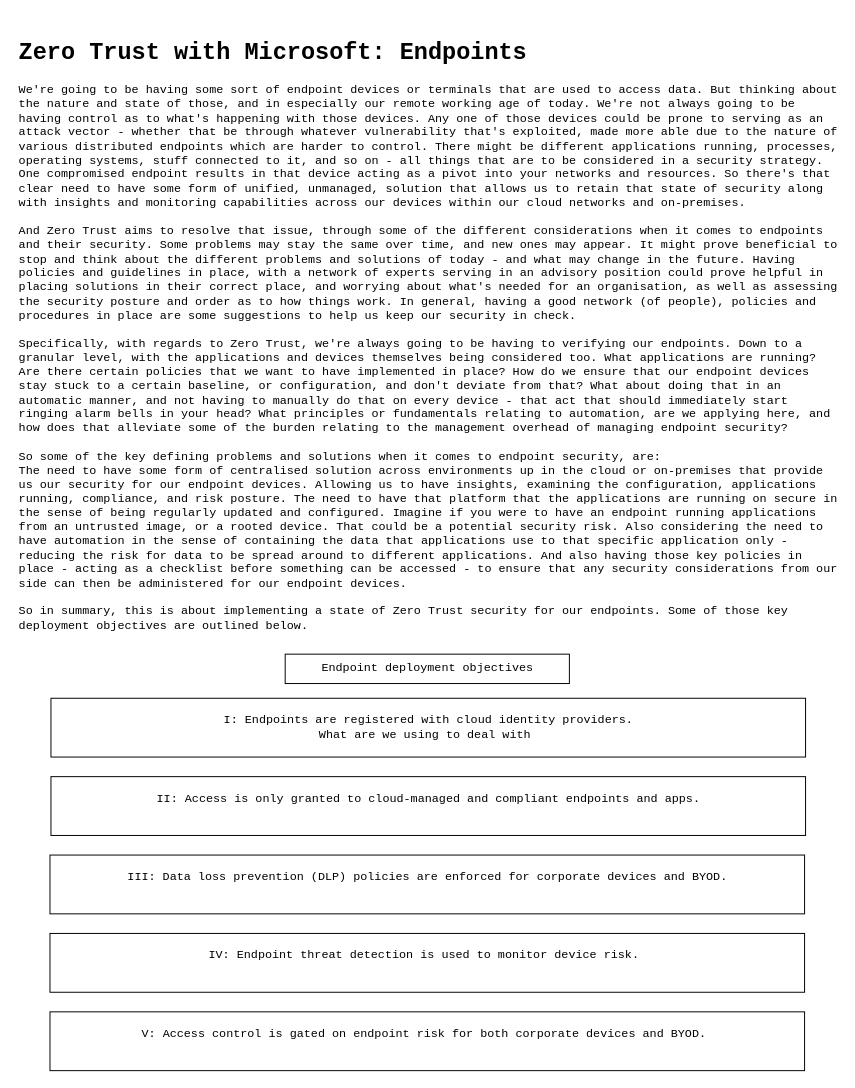
This is page "Zero Trust with Microsoft: Endpoints" (16 of 16) of Cloud/Infrastructure_Security.drawio from hmahmood2351/Home_Labs, a draw.io file, before an edit. Source tidied: cells renumbered, new cells numbered last; positions are measured from the earlier drawing's top-left corner, leaving out a move shared by most shapes. Both pictures are drawn from the tidied source at 98%, with x=0, y=0 at pixel (17, 17).
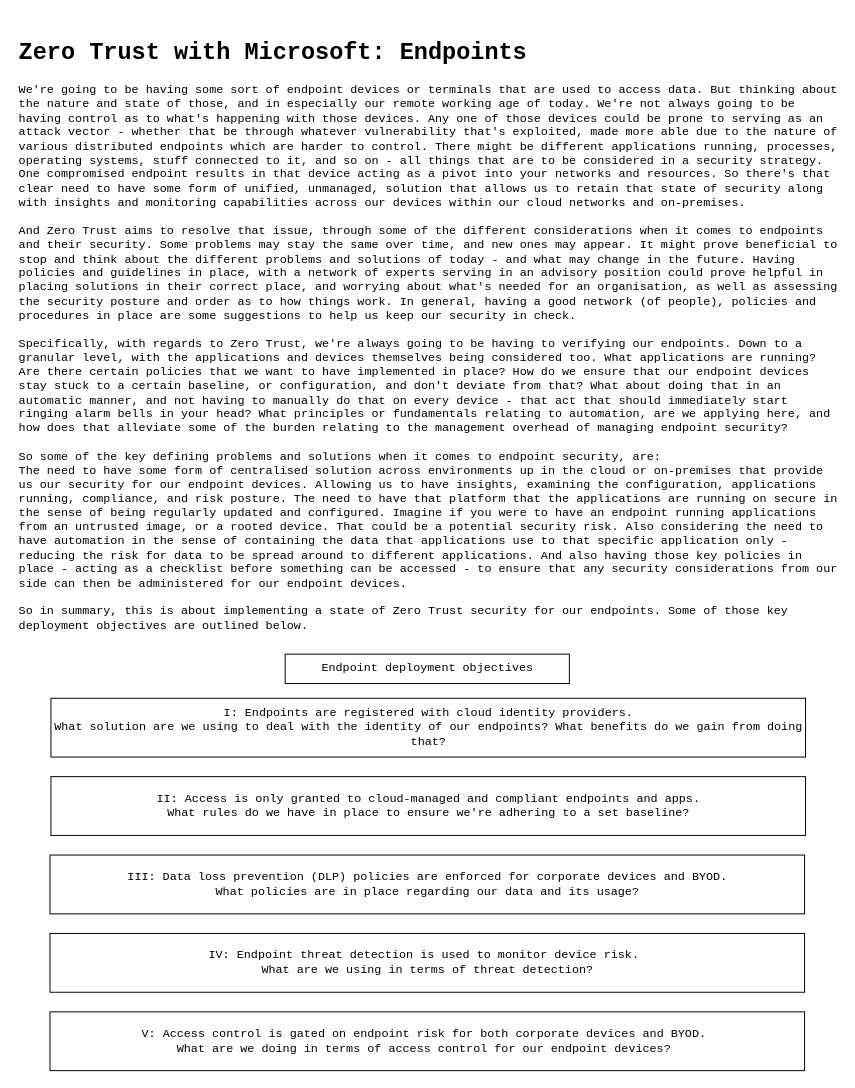
The same diagram, later.

The edit, as a diff of the source:
```diff
@@
 <mxGraphModel>
   <root>
     <mxCell id="0" />
     <mxCell id="1" parent="0" />
     <mxCell id="2" value="&lt;h1 style=&quot;color: rgb(0 , 0 , 0) ; font-family: &amp;#34;courier new&amp;#34; ; font-style: normal ; letter-spacing: normal ; text-align: left ; text-indent: 0px ; text-transform: none ; word-spacing: 0px&quot;&gt;Zero Trust with Microsoft: Endpoints&lt;/h1&gt;&lt;div&gt;We're going to be having some sort of endpoint devices or terminals that are used to access data. But thinking about the nature and state of those, and in especially our remote working age of today. We're not always going to be having control as to what's happening with those devices. Any one of those devices could be prone to serving as an attack vector - whether that be through whatever vulnerability that's exploited, made more able due to the nature of various distributed endpoints which are harder to control. There might be different applications running, processes, operating systems, stuff connected to it, and so on - all things that are to be considered in a security strategy. One compromised endpoint results in that device acting as a pivot into your networks and resources. So there's that clear need to have some form of unified, unmanaged, solution that allows us to retain that state of security along with insights and monitoring capabilities across our devices within our cloud networks and on-premises.&lt;/div&gt;&lt;div&gt;&lt;br&gt;&lt;/div&gt;&lt;div&gt;And Zero Trust aims to resolve that issue, through some of the different considerations when it comes to endpoints and their security. Some problems may stay the same over time, and new ones may appear. It might prove beneficial to stop and think about the different problems and solutions of today - and what may change in the future. Having policies and guidelines in place, with a network of experts serving in an advisory position could prove helpful in placing solutions in their correct place, and worrying about what's needed for an organisation, as well as assessing the security posture and order as to how things work. In general, having a good network (of people), policies and procedures in place are some suggestions to help us keep our security in check.&lt;/div&gt;&lt;div&gt;&lt;br&gt;&lt;/div&gt;&lt;div&gt;Specifically, with regards to Zero Trust, we're always going to be having to verifying our endpoints. Down to a granular level, with the applications and devices themselves being considered too. What applications are running? Are there certain policies that we want to have implemented in place? How do we ensure that our endpoint devices stay stuck to a certain baseline, or configuration, and don't deviate from that? What about doing that in an automatic manner, and not having to manually do that on every device - that act that should immediately start ringing alarm bells in your head? What principles or fundamentals relating to automation, are we applying here, and how does that alleviate some of the burden relating to the management overhead of managing endpoint security?&lt;/div&gt;&lt;div&gt;&lt;br&gt;&lt;/div&gt;&lt;div&gt;So some of the key defining problems and solutions when it comes to endpoint security, are:&lt;/div&gt;&lt;div&gt;The need to have some form of centralised solution across environments up in the cloud or on-premises that provide us our security for our endpoint devices. Allowing us to have insights, examining the configuration, applications running, compliance, and risk posture. The need to have that platform that the applications are running on secure in the sense of being regularly updated and configured. Imagine if you were to have an endpoint running applications from an untrusted image, or a rooted device. That could be a potential security risk. Also considering the need to have automation in the sense of containing the data that applications use to that specific application only - reducing the risk for data to be spread around to different applications. And also having those key policies in place - acting as a checklist before something can be accessed - to ensure that any security considerations from our side can then be administered for our endpoint devices.&lt;/div&gt;&lt;div&gt;&lt;br&gt;&lt;/div&gt;&lt;div&gt;So in summary, this is about implementing a state of Zero Trust security for our endpoints. Some of those key deployment objectives are outlined below.&lt;/div&gt;&lt;div&gt;&lt;br&gt;&lt;/div&gt;&lt;div&gt;&lt;br&gt;&lt;/div&gt;&lt;div&gt;&lt;br&gt;&lt;/div&gt;&lt;div&gt;&lt;br&gt;&lt;/div&gt;" style="text;html=1;fontFamily=Courier New;labelBackgroundColor=none;verticalAlign=top;whiteSpace=wrap;" parent="1" vertex="1">
       <mxGeometry width="838" height="620" as="geometry" />
     </mxCell>
     <mxCell id="3" value="Endpoint deployment objectives" style="rounded=0;whiteSpace=wrap;html=1;fontFamily=Courier New;align=center;" parent="1" vertex="1">
       <mxGeometry x="273.5" y="650" width="290" height="30" as="geometry" />
     </mxCell>
-    <mxCell id="4" value="&lt;div&gt;I: Endpoints are registered with cloud identity providers.&lt;/div&gt;&lt;div&gt;What are we using to deal with&amp;nbsp;&lt;/div&gt;" style="rounded=0;whiteSpace=wrap;html=1;fontFamily=Courier New;align=center;" parent="1" vertex="1">
+    <mxCell id="4" value="&lt;div&gt;I: Endpoints are registered with cloud identity providers.&lt;/div&gt;&lt;div&gt;What solution are we using to deal with the identity of our endpoints? What benefits do we gain from doing that?&lt;/div&gt;" style="rounded=0;whiteSpace=wrap;html=1;fontFamily=Courier New;align=center;" parent="1" vertex="1">
       <mxGeometry x="34.5" y="695" width="770" height="60" as="geometry" />
     </mxCell>
-    <mxCell id="5" value="&lt;div&gt;II: Access is only granted to cloud-managed and compliant endpoints and apps.&lt;/div&gt;&lt;div&gt;&lt;br&gt;&lt;/div&gt;" style="rounded=0;whiteSpace=wrap;html=1;fontFamily=Courier New;align=center;" parent="1" vertex="1">
+    <mxCell id="5" value="&lt;div&gt;II: Access is only granted to cloud-managed and compliant endpoints and apps.&lt;/div&gt;&lt;div&gt;What rules do we have in place to ensure we're adhering to a set baseline?&lt;/div&gt;" style="rounded=0;whiteSpace=wrap;html=1;fontFamily=Courier New;align=center;" parent="1" vertex="1">
       <mxGeometry x="34.5" y="775" width="770" height="60" as="geometry" />
     </mxCell>
-    <mxCell id="6" value="&lt;div&gt;III: Data loss prevention (DLP) policies are enforced for corporate devices and BYOD.&lt;/div&gt;&lt;div&gt;&lt;br&gt;&lt;/div&gt;" style="rounded=0;whiteSpace=wrap;html=1;fontFamily=Courier New;align=center;" parent="1" vertex="1">
+    <mxCell id="6" value="&lt;div&gt;III: Data loss prevention (DLP) policies are enforced for corporate devices and BYOD.&lt;/div&gt;&lt;div&gt;What policies are in place regarding our data and its usage?&lt;/div&gt;" style="rounded=0;whiteSpace=wrap;html=1;fontFamily=Courier New;align=center;" parent="1" vertex="1">
       <mxGeometry x="33.5" y="855" width="770" height="60" as="geometry" />
     </mxCell>
-    <mxCell id="7" value="&lt;div&gt;IV: Endpoint threat detection is used to monitor device risk.&amp;nbsp;&lt;/div&gt;&lt;div&gt;&lt;br&gt;&lt;/div&gt;" style="rounded=0;whiteSpace=wrap;html=1;fontFamily=Courier New;align=center;" parent="1" vertex="1">
+    <mxCell id="7" value="&lt;div&gt;IV: Endpoint threat detection is used to monitor device risk.&amp;nbsp;&lt;/div&gt;&lt;div&gt;What are we using in terms of threat detection?&lt;/div&gt;" style="rounded=0;whiteSpace=wrap;html=1;fontFamily=Courier New;align=center;" parent="1" vertex="1">
       <mxGeometry x="33.5" y="935" width="770" height="60" as="geometry" />
     </mxCell>
-    <mxCell id="8" value="&lt;div&gt;V: Access control is gated on endpoint risk for both corporate devices and BYOD.&amp;nbsp;&lt;/div&gt;&lt;div&gt;&lt;br&gt;&lt;/div&gt;" style="rounded=0;whiteSpace=wrap;html=1;fontFamily=Courier New;align=center;" parent="1" vertex="1">
+    <mxCell id="8" value="&lt;div&gt;V: Access control is gated on endpoint risk for both corporate devices and BYOD.&amp;nbsp;&lt;/div&gt;&lt;div&gt;What are we doing in terms of access control for our endpoint devices?&amp;nbsp;&lt;/div&gt;" style="rounded=0;whiteSpace=wrap;html=1;fontFamily=Courier New;align=center;" parent="1" vertex="1">
       <mxGeometry x="33.5" y="1015" width="770" height="60" as="geometry" />
     </mxCell>
   </root>
 </mxGraphModel>
```
